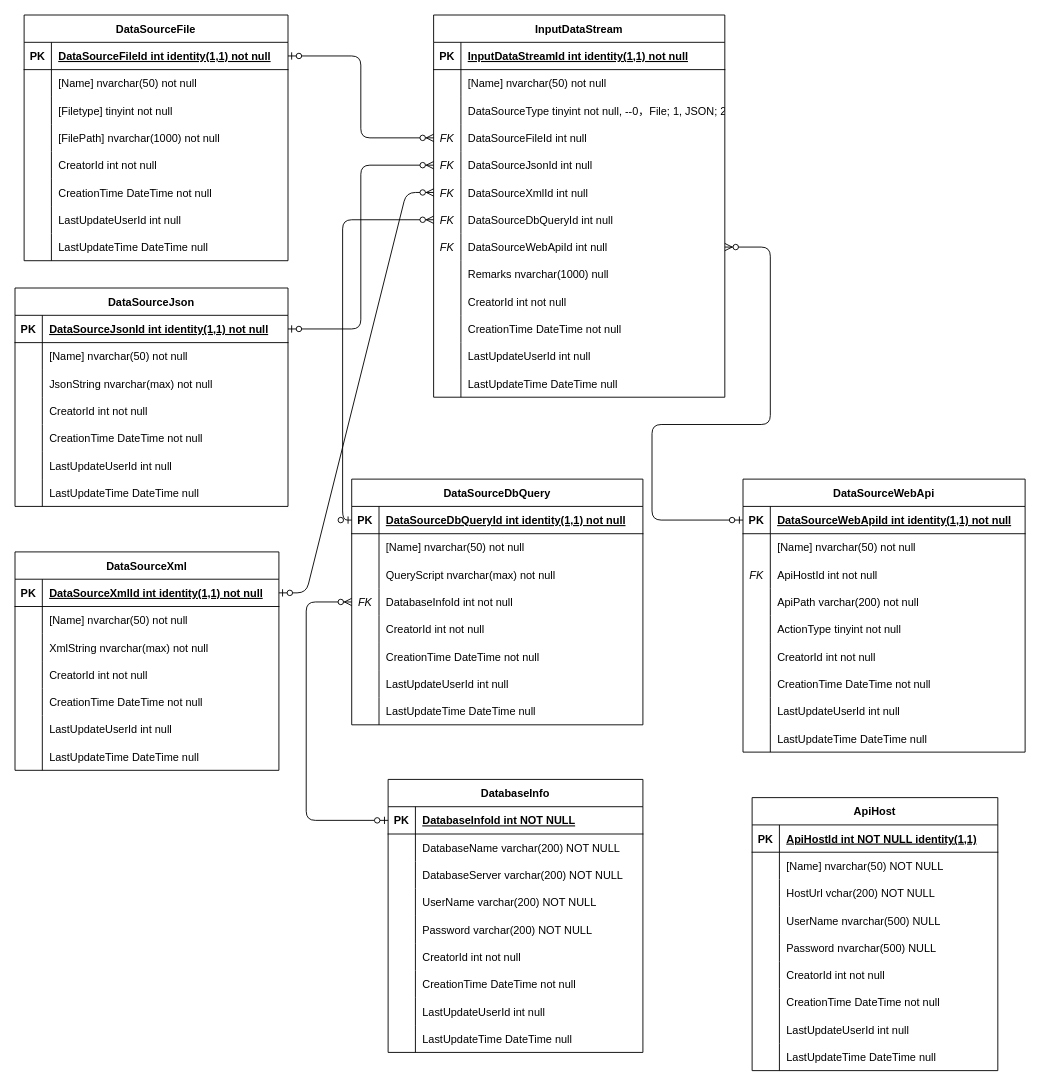
Before: DaX实体关系图.drawio in macavalier/share-files, a draw.io diagram. Source tidied: cells renumbered, new cells numbered last; positions are measured from the earlier drawing's top-left corner, leaving out a move shared by most shapes. Both pictures are drawn from the tidied source at 91%, with x=0, y=0 at pixel (15, 15).
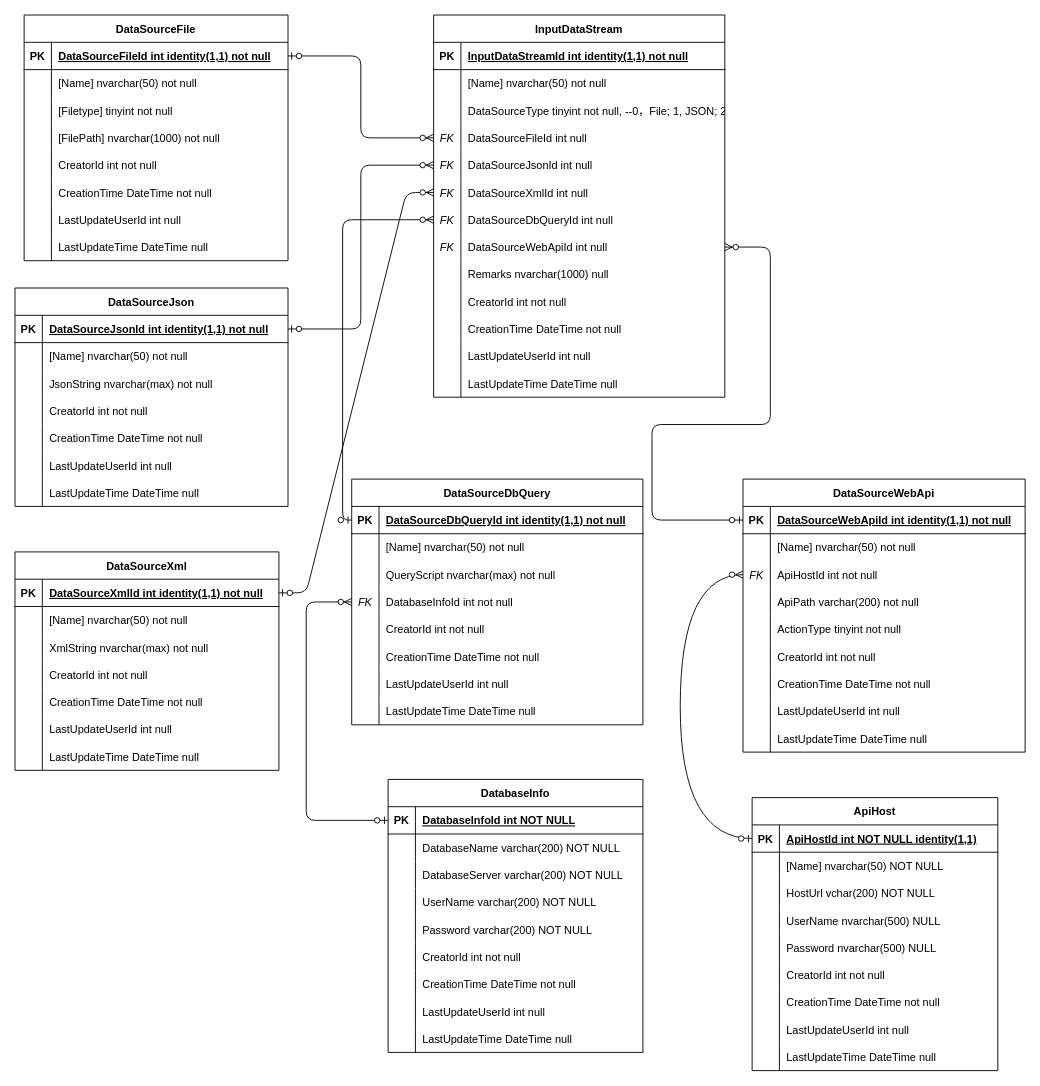
After the change.

Commit message (it also covers changes not shown here):
更新DaX实体关系图.drawio

The change refers to these unchanged cells:
```xml
<mxCell id="103" style="shape=tableRow;horizontal=0;startSize=0;swimlaneHead=0;swimlaneBody=0;fillColor=none;points=[[0,0.5],[1,0.5]];portConstraint=eastwest;top=0;left=0;right=0;bottom=0;" parent="96" vertex="1">
  <mxGeometry y="90" width="310" height="30" as="geometry" />
</mxCell>
<mxCell id="199" style="shape=tableRow;horizontal=0;startSize=0;swimlaneHead=0;swimlaneBody=0;fillColor=none;points=[[0,0.5],[1,0.5]];portConstraint=eastwest;top=0;left=0;right=0;bottom=1;" parent="198" vertex="1">
  <mxGeometry y="30" width="270" height="30" as="geometry" />
</mxCell>
```

Diff of the diagram source:
```diff
@@
+    <mxCell id="226" style="edgeStyle=orthogonalEdgeStyle;fontSize=12;html=1;endArrow=ERzeroToMany;startArrow=ERzeroToOne;rounded=0;exitX=0;exitY=0.5;exitDx=0;exitDy=0;curved=1;entryX=0;entryY=0.5;entryDx=0;entryDy=0;" parent="1" edge="1" source="199" target="103">
+      <mxGeometry relative="1" as="geometry">
+        <Array as="points">
+          <mxPoint x="731" y="905" />
+          <mxPoint x="731" y="615" />
+        </Array>
+      </mxGeometry>
+    </mxCell>
```
